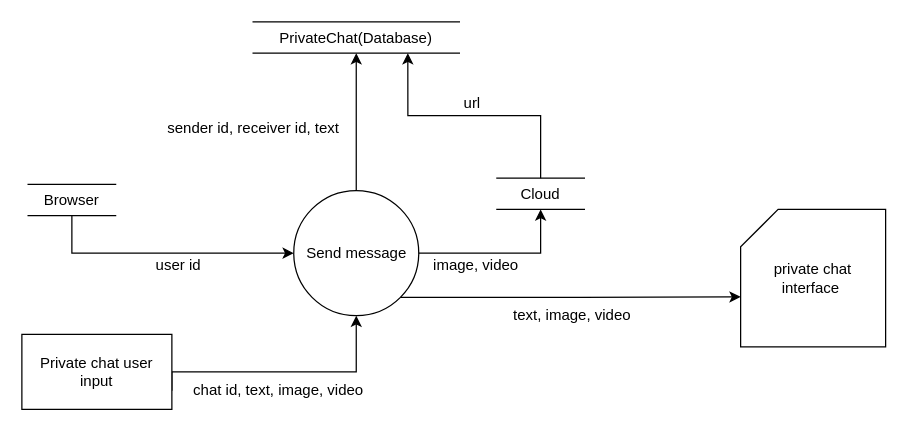
The draw.io diagram DFD/PrivateChat/PrivateChat.drawio in DonaldLamNL/buzzer, before the edit. Source tidied: cells renumbered, new cells numbered last; positions are measured from the earlier drawing's top-left corner, leaving out a move shared by most shapes. Both pictures are drawn from the tidied source at 125%, with x=0, y=0 at pixel (21, 21).
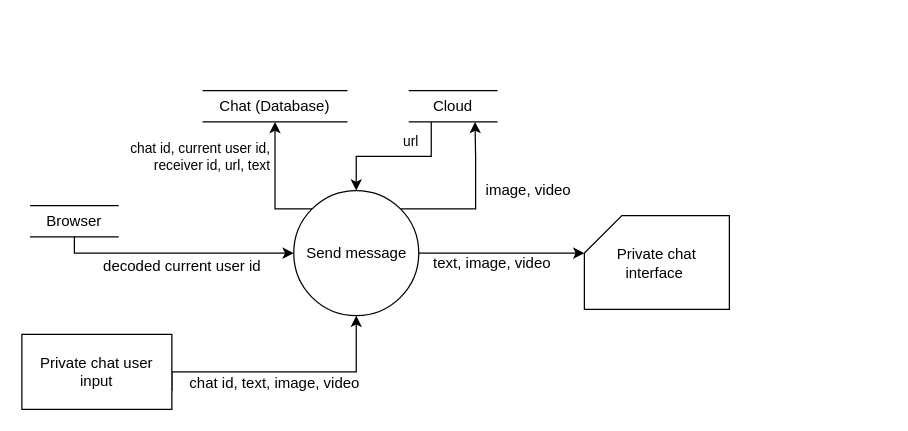
After the change.

Unchanged cells that the change refers to:
```xml
<mxCell id="14" value="Send message" style="ellipse;whiteSpace=wrap;html=1;rounded=0;strokeColor=default;fontFamily=Helvetica;fontSize=12;fontColor=default;fillColor=none;" parent="1" vertex="1">
  <mxGeometry x="217.5" y="135" width="100" height="100" as="geometry" />
</mxCell>
```

Change to the diagram source:
```diff
@@
-    <mxCell id="2" value="private chat interface&amp;nbsp;" style="shape=card;whiteSpace=wrap;html=1;" parent="1" vertex="1">
-      <mxGeometry x="575" y="150" width="116" height="110" as="geometry" />
+    <mxCell id="2" value="Private chat interface&amp;nbsp;" style="shape=card;whiteSpace=wrap;html=1;" parent="1" vertex="1">
+      <mxGeometry x="450" y="155" width="116" height="75" as="geometry" />
     </mxCell>
     <mxCell id="3" style="edgeStyle=orthogonalEdgeStyle;rounded=0;jettySize=auto;html=1;exitX=0.5;exitY=1;exitDx=0;exitDy=0;entryX=0;entryY=0.5;entryDx=0;entryDy=0;" parent="1" edge="1" source="4" target="14">
-      <mxGeometry relative="1" as="geometry" />
+      <mxGeometry relative="1" as="geometry">
+        <Array as="points">
+          <mxPoint x="42" y="185" />
+        </Array>
+      </mxGeometry>
     </mxCell>
     <mxCell id="4" value="Browser" style="shape=partialRectangle;whiteSpace=wrap;html=1;left=0;right=0;fillColor=none;rounded=0;strokeColor=default;fontFamily=Helvetica;fontSize=12;fontColor=default;" parent="1" vertex="1">
-      <mxGeometry x="5" y="130" width="70" height="25" as="geometry" />
+      <mxGeometry x="7" y="147" width="70" height="25" as="geometry" />
     </mxCell>
-    <mxCell id="5" value="PrivateChat(Database)" style="shape=partialRectangle;whiteSpace=wrap;html=1;left=0;right=0;fillColor=none;rounded=0;strokeColor=default;fontFamily=Helvetica;fontSize=12;fontColor=default;" parent="1" vertex="1">
-      <mxGeometry x="185" width="165" height="25" as="geometry" />
+    <mxCell id="5" value="Chat (Database)" style="shape=partialRectangle;whiteSpace=wrap;html=1;left=0;right=0;fillColor=none;rounded=0;strokeColor=default;fontFamily=Helvetica;fontSize=12;fontColor=default;" parent="1" vertex="1">
+      <mxGeometry x="145" y="55" width="115" height="25" as="geometry" />
     </mxCell>
@@
-    <mxCell id="8" value="url" style="text;html=1;align=center;verticalAlign=middle;strokeColor=none;fillColor=none;" parent="1" vertex="1">
-      <mxGeometry x="340" y="50" width="40" height="30" as="geometry" />
-    </mxCell>
     <mxCell id="9" value="image, video" style="text;html=1;align=center;verticalAlign=middle;strokeColor=none;fillColor=none;" parent="1" vertex="1">
-      <mxGeometry x="317.5" y="180" width="90" height="30" as="geometry" />
+      <mxGeometry x="360" y="120" width="90" height="30" as="geometry" />
     </mxCell>
-    <mxCell id="10" value="chat id, text, image, video" style="text;html=1;align=center;verticalAlign=middle;strokeColor=none;fillColor=none;" parent="1" vertex="1">
-      <mxGeometry x="125" y="280" width="160" height="30" as="geometry" />
+    <mxCell id="10" value="chat id,&amp;nbsp;text, image, video" style="text;html=1;align=center;verticalAlign=middle;strokeColor=none;fillColor=none;" parent="1" vertex="1">
+      <mxGeometry x="124.5" y="276" width="154" height="26" as="geometry" />
     </mxCell>
-    <mxCell id="11" style="edgeStyle=orthogonalEdgeStyle;rounded=0;jettySize=auto;html=1;exitX=0.5;exitY=0;exitDx=0;exitDy=0;entryX=0.5;entryY=1;entryDx=0;entryDy=0;" parent="1" edge="1" source="14" target="5">
-      <mxGeometry relative="1" as="geometry" />
+    <mxCell id="11" style="edgeStyle=orthogonalEdgeStyle;rounded=0;jettySize=auto;html=1;exitX=0;exitY=0;exitDx=0;exitDy=0;entryX=0.5;entryY=1;entryDx=0;entryDy=0;fontSize=11;" parent="1" edge="1" source="14" target="5">
+      <mxGeometry relative="1" as="geometry">
+        <Array as="points">
+          <mxPoint x="203" y="150" />
+        </Array>
+      </mxGeometry>
     </mxCell>
-    <mxCell id="12" style="edgeStyle=orthogonalEdgeStyle;rounded=0;jettySize=auto;html=1;exitX=1;exitY=0.5;exitDx=0;exitDy=0;entryX=0.5;entryY=1;entryDx=0;entryDy=0;" parent="1" edge="1" source="14" target="17">
-      <mxGeometry relative="1" as="geometry" />
+    <mxCell id="12" style="edgeStyle=orthogonalEdgeStyle;rounded=0;jettySize=auto;html=1;exitX=1;exitY=0;exitDx=0;exitDy=0;entryX=0.75;entryY=1;entryDx=0;entryDy=0;fontSize=11;" parent="1" edge="1" source="14" target="17">
+      <mxGeometry relative="1" as="geometry">
+        <Array as="points">
+          <mxPoint x="363" y="150" />
+          <mxPoint x="363" y="108" />
+        </Array>
+      </mxGeometry>
     </mxCell>
-    <mxCell id="13" style="edgeStyle=orthogonalEdgeStyle;rounded=0;jettySize=auto;html=1;exitX=1;exitY=1;exitDx=0;exitDy=0;entryX=0;entryY=0;entryDx=0;entryDy=70;entryPerimeter=0;" parent="1" edge="1" source="14" target="2">
+    <mxCell id="13" style="edgeStyle=orthogonalEdgeStyle;rounded=0;jettySize=auto;html=1;exitX=1;exitY=0.5;exitDx=0;exitDy=0;entryX=0;entryY=0;entryDx=0;entryDy=30;entryPerimeter=0;fontSize=11;" parent="1" edge="1" source="14" target="2">
       <mxGeometry relative="1" as="geometry" />
     </mxCell>
@@
-    <mxCell id="15" value="sender id, receiver id, text" style="text;html=1;align=center;verticalAlign=middle;strokeColor=none;fillColor=none;" parent="1" vertex="1">
-      <mxGeometry x="105" y="70" width="160" height="30" as="geometry" />
-    </mxCell>
-    <mxCell id="16" style="edgeStyle=orthogonalEdgeStyle;rounded=0;jettySize=auto;html=1;exitX=0.5;exitY=0;exitDx=0;exitDy=0;entryX=0.75;entryY=1;entryDx=0;entryDy=0;" parent="1" edge="1" source="17" target="5">
-      <mxGeometry relative="1" as="geometry" />
-    </mxCell>
+    <mxCell id="20" style="edgeStyle=orthogonalEdgeStyle;rounded=0;jettySize=auto;html=1;exitX=0.25;exitY=1;exitDx=0;exitDy=0;entryX=0.5;entryY=0;entryDx=0;entryDy=0;fontSize=11;" parent="1" edge="1" source="17" target="14">
+      <mxGeometry relative="1" as="geometry" />
+    </mxCell>
     <mxCell id="17" value="Cloud" style="shape=partialRectangle;whiteSpace=wrap;html=1;left=0;right=0;fillColor=none;rounded=0;strokeColor=default;fontFamily=Helvetica;fontSize=12;fontColor=default;" parent="1" vertex="1">
-      <mxGeometry x="380" y="125" width="70" height="25" as="geometry" />
+      <mxGeometry x="310" y="55" width="70" height="25" as="geometry" />
     </mxCell>
     <mxCell id="18" value="text, image, video" style="text;html=1;align=center;verticalAlign=middle;strokeColor=none;fillColor=none;" parent="1" vertex="1">
-      <mxGeometry x="380" y="220" width="120" height="30" as="geometry" />
+      <mxGeometry x="316" y="177.5" width="120" height="30" as="geometry" />
     </mxCell>
-    <mxCell id="19" value="user id" style="text;html=1;align=center;verticalAlign=middle;strokeColor=none;fillColor=none;" parent="1" vertex="1">
-      <mxGeometry x="95" y="180" width="60" height="30" as="geometry" />
+    <mxCell id="19" value="decoded current user id" style="text;html=1;align=center;verticalAlign=middle;strokeColor=none;fillColor=none;" parent="1" vertex="1">
+      <mxGeometry x="56" y="183" width="144" height="26" as="geometry" />
     </mxCell>
+    <mxCell id="21" value="chat id,&amp;nbsp;current user id,&lt;br&gt;receiver&amp;nbsp;id, url, text" style="text;html=1;align=right;verticalAlign=middle;strokeColor=none;fillColor=none;fontSize=11;" parent="1" vertex="1">
+      <mxGeometry x="70" y="89" width="130" height="38" as="geometry" />
+    </mxCell>
+    <mxCell id="8" value="url" style="text;html=1;align=center;verticalAlign=middle;strokeColor=none;fillColor=none;fontSize=11;" parent="1" vertex="1">
+      <mxGeometry x="296" y="83" width="30" height="25" as="geometry" />
+    </mxCell>
```
